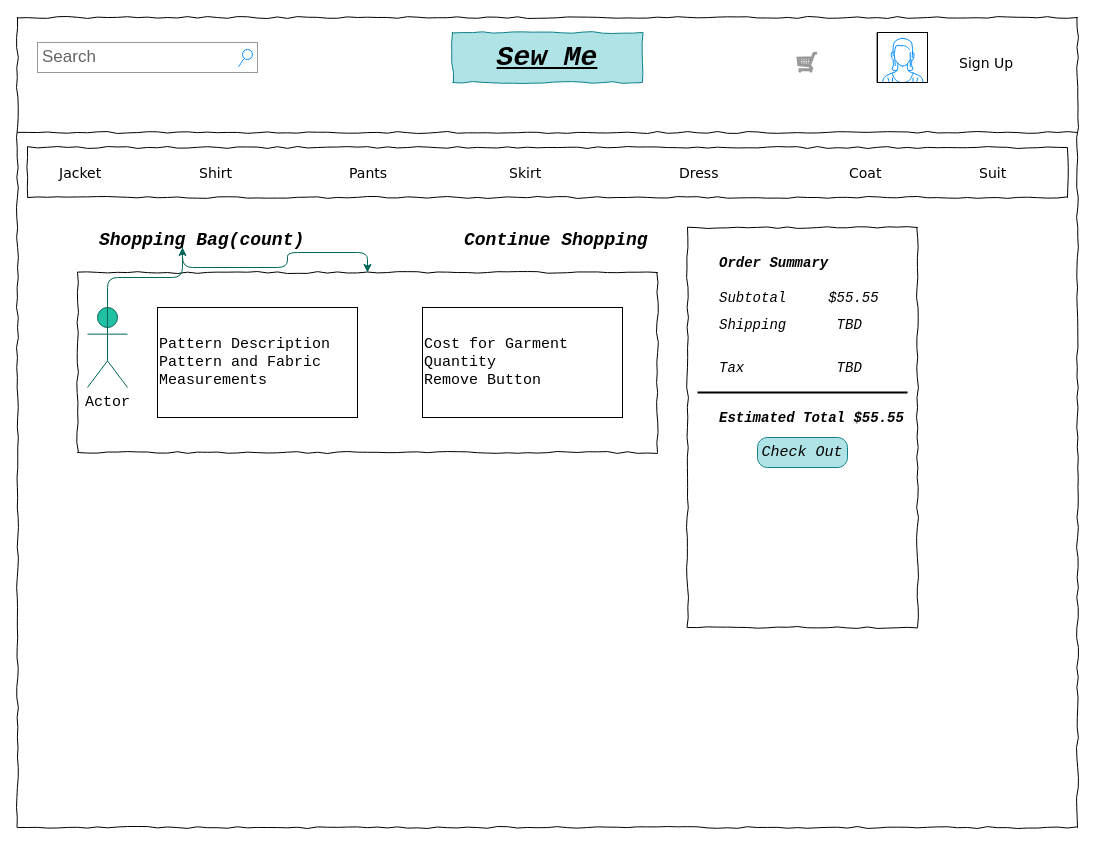
Before: page "Add-To-Cart" (3 of 3) of Untitled Diagram.drawio in Scain3/sew_me_capstone, a draw.io diagram. Source tidied: cells renumbered, new cells numbered last; positions are measured from the earlier drawing's top-left corner, leaving out a move shared by most shapes. Both pictures are drawn from the tidied source at 100%, with x=0, y=0 at pixel (17, 17).
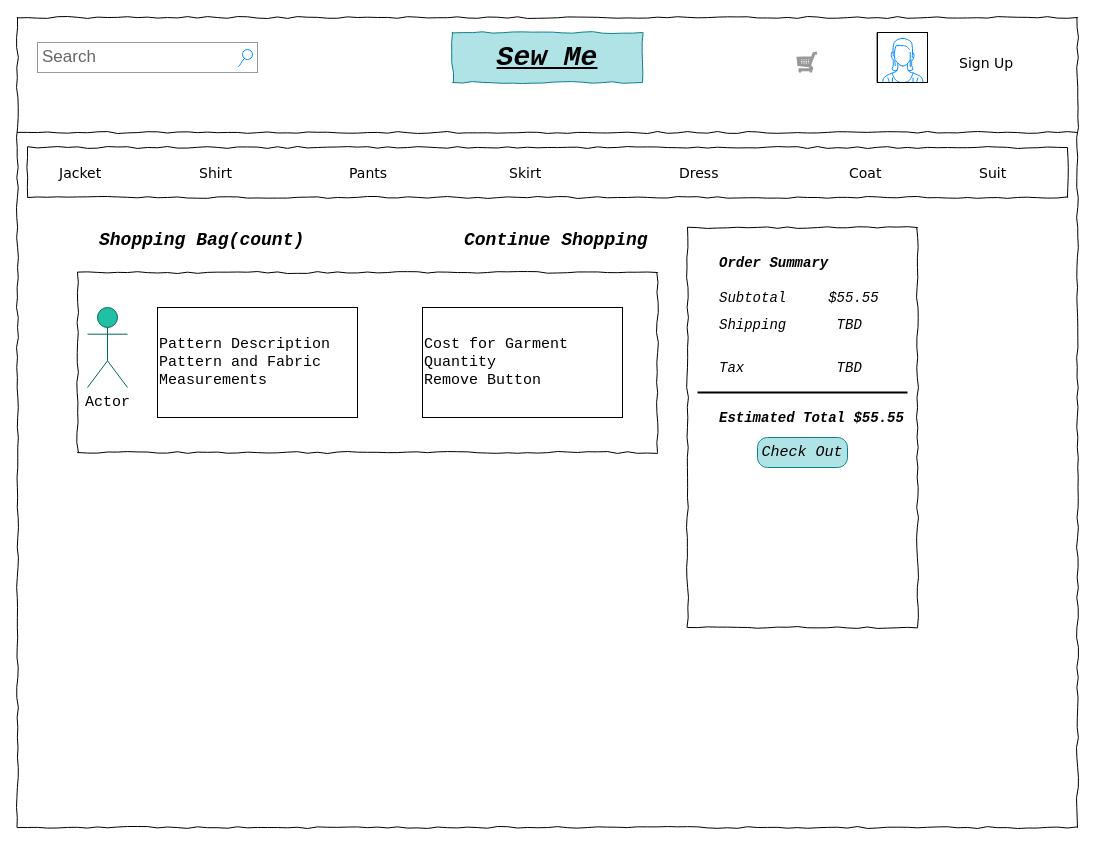
After the change.

The change refers to these unchanged cells:
```xml
<mxCell id="12" value="&lt;div&gt;&lt;br&gt;&lt;/div&gt;" style="whiteSpace=wrap;html=1;rounded=0;shadow=0;labelBackgroundColor=none;strokeWidth=1;fillColor=none;fontFamily=Verdana;fontSize=12;align=left;verticalAlign=top;spacing=10;comic=1;" parent="1" vertex="1">
  <mxGeometry x="60" y="255" width="580" height="180" as="geometry" />
</mxCell>
<mxCell id="27" value="Actor" style="shape=umlActor;verticalLabelPosition=bottom;verticalAlign=top;html=1;outlineConnect=0;rounded=0;labelBackgroundColor=none;sketch=0;strokeColor=#006658;fillColor=#21C0A5;fontFamily=Courier New;fontSize=15;fontColor=#000000;" parent="1" vertex="1">
  <mxGeometry x="70" y="290" width="40" height="80" as="geometry" />
</mxCell>
<mxCell id="30" value="Shopping Bag(count)&amp;nbsp;&amp;nbsp;" style="text;html=1;points=[];align=left;verticalAlign=top;spacingTop=-4;fontSize=18;fontFamily=Courier New;fontStyle=3;" parent="1" vertex="1">
  <mxGeometry x="80" y="210" width="170" height="20" as="geometry" />
</mxCell>
```

Change to the diagram source:
```diff
@@
-    <mxCell id="26" style="edgeStyle=orthogonalEdgeStyle;curved=0;rounded=1;sketch=0;jettySize=auto;html=1;exitX=0.5;exitY=0.5;exitDx=0;exitDy=0;exitPerimeter=0;strokeColor=#006658;fillColor=#21C0A5;fontFamily=Courier New;fontSize=15;fontColor=#000000;" parent="1" edge="1" source="30" target="12">
-      <mxGeometry relative="1" as="geometry" />
-    </mxCell>
@@
-    <mxCell id="31" style="edgeStyle=orthogonalEdgeStyle;curved=0;rounded=1;sketch=0;jettySize=auto;html=1;exitX=0.5;exitY=0.5;exitDx=0;exitDy=0;exitPerimeter=0;strokeColor=#006658;fillColor=#21C0A5;fontFamily=Courier New;fontSize=15;fontColor=#000000;" parent="1" edge="1" source="27" target="30">
-      <mxGeometry relative="1" as="geometry" />
-    </mxCell>
```
